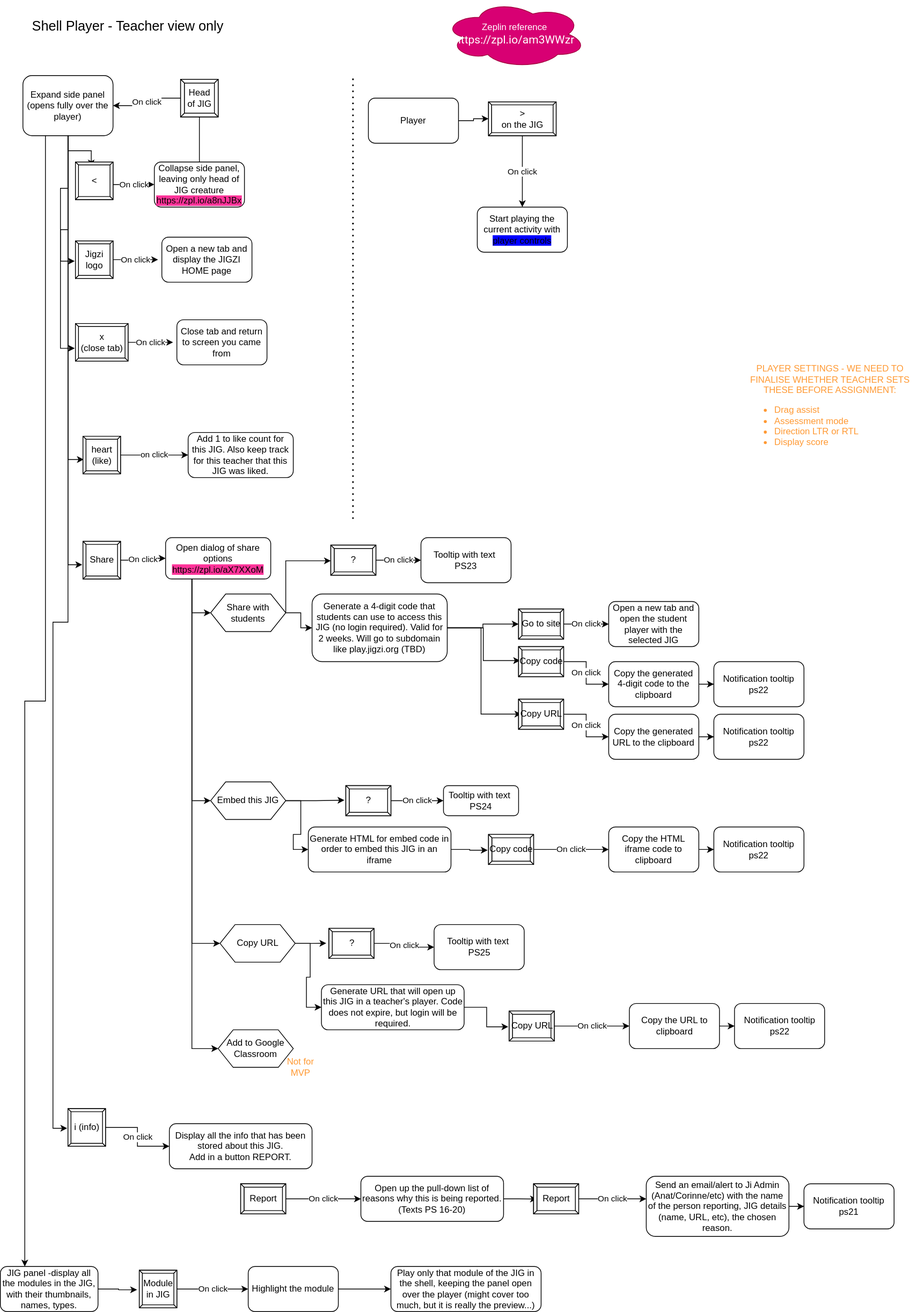
The draw.io diagram jig/shell_player.drawio.svg in ji-devs/ji-cloud-flowcharts, before a commit. Source tidied: cells renumbered, new cells last; positions are measured from the earlier drawing's top-left corner, leaving out a move shared by most shapes.
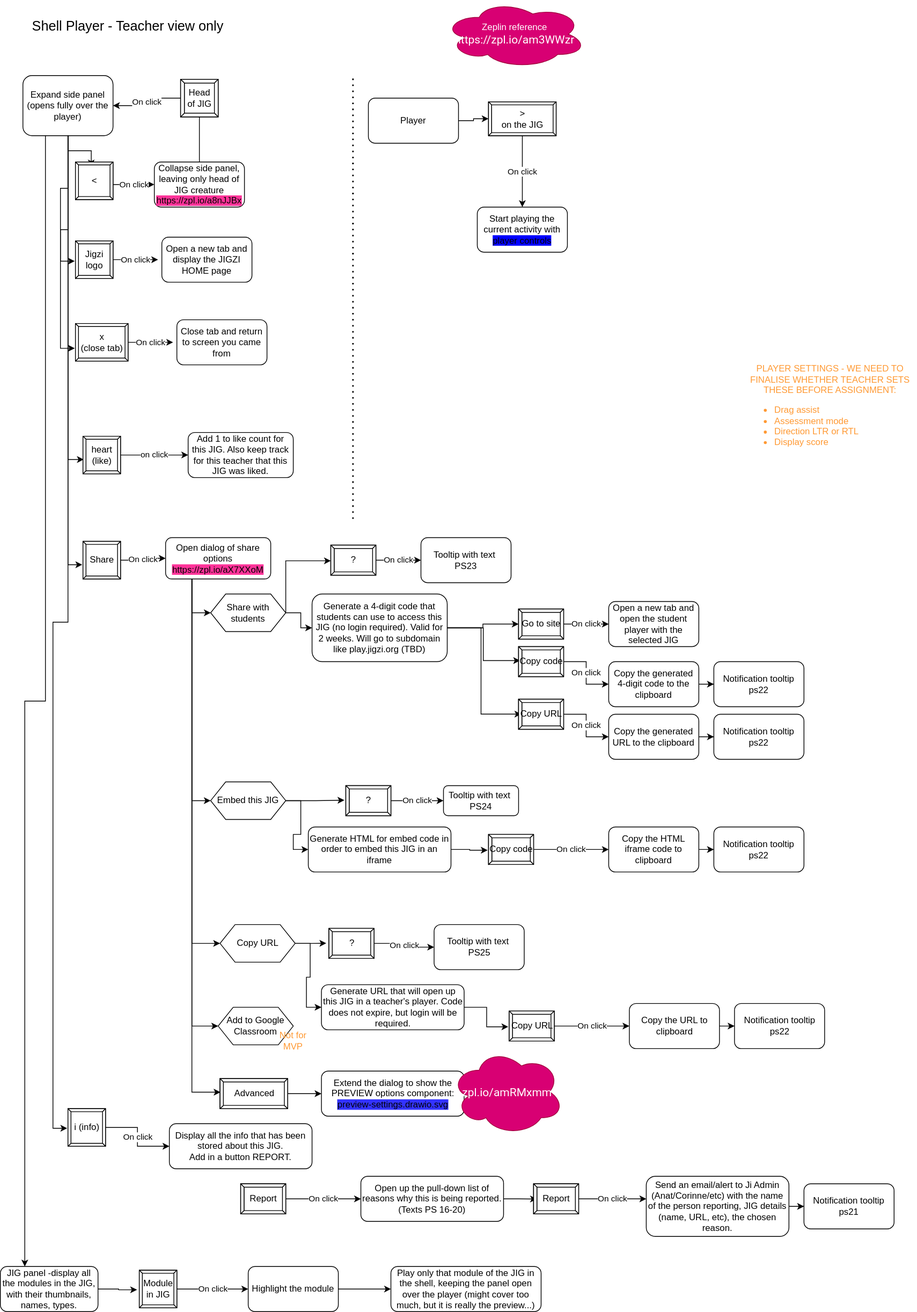
After the change.

Commit message:
Added in Jig and Preview settings amendment

Diff of the diagram source:
```diff
@@ -149,7 +149,7 @@
     <mxCell id="44" style="edgeStyle=orthogonalEdgeStyle;rounded=0;jettySize=auto;html=1;entryX=0;entryY=0.5;entryDx=0;entryDy=0;exitX=0.25;exitY=1;exitDx=0;exitDy=0;" parent="1" edge="1" source="45" target="52">
       <mxGeometry relative="1" as="geometry">
         <Array as="points">
-          <mxPoint x="255" y="1395" />
+          <mxPoint x="255" y="1365" />
         </Array>
       </mxGeometry>
     </mxCell>
@@ -178,12 +178,6 @@
     <mxCell id="51" value="Copy URL" style="shape=hexagon;perimeter=hexagonPerimeter2;whiteSpace=wrap;html=1;fixedSize=1;size=20;" parent="1" vertex="1">
       <mxGeometry x="292.5" y="1230" width="100" height="50" as="geometry" />
     </mxCell>
-    <mxCell id="52" value="Add to Google Classroom" style="shape=hexagon;perimeter=hexagonPerimeter2;whiteSpace=wrap;html=1;fixedSize=1;size=20;" parent="1" vertex="1">
-      <mxGeometry x="290" y="1370" width="100" height="50" as="geometry" />
-    </mxCell>
-    <mxCell id="53" value="&lt;font color=&quot;#ff9933&quot;&gt;Not for MVP&lt;/font&gt;" style="text;html=1;strokeColor=none;fillColor=none;align=center;verticalAlign=middle;whiteSpace=wrap;rounded=0;" parent="1" vertex="1">
-      <mxGeometry x="380" y="1410" width="40" height="20" as="geometry" />
-    </mxCell>
     <mxCell id="54" value="On click" style="edgeStyle=orthogonalEdgeStyle;rounded=0;jettySize=auto;html=1;" parent="1" edge="1" source="55" target="56">
       <mxGeometry relative="1" as="geometry" />
     </mxCell>
@@ -371,5 +365,33 @@
     <mxCell id="110" value="PLAYER SETTINGS - WE NEED TO FINALISE WHETHER TEACHER SETS THESE BEFORE ASSIGNMENT:&lt;br&gt;&lt;ul&gt;&lt;li style=&quot;text-align: left&quot;&gt;Drag assist&lt;/li&gt;&lt;li style=&quot;text-align: left&quot;&gt;Assessment mode&lt;/li&gt;&lt;li style=&quot;text-align: left&quot;&gt;Direction LTR or RTL&lt;/li&gt;&lt;li style=&quot;text-align: left&quot;&gt;Display score&lt;/li&gt;&lt;/ul&gt;" style="text;html=1;strokeColor=none;fillColor=none;align=center;verticalAlign=middle;whiteSpace=wrap;rounded=0;fontColor=#FF9933;perimeterSpacing=2;opacity=40;" parent="1" vertex="1">
       <mxGeometry x="990" y="470" width="230" height="150" as="geometry" />
     </mxCell>
+    <mxCell id="111" style="edgeStyle=orthogonalEdgeStyle;rounded=0;jettySize=auto;html=1;entryX=0;entryY=0.5;entryDx=0;entryDy=0;" parent="1" edge="1" source="112" target="115">
+      <mxGeometry relative="1" as="geometry" />
+    </mxCell>
+    <mxCell id="112" value="Advanced" style="labelPosition=center;verticalLabelPosition=middle;align=center;html=1;shape=mxgraph.basic.button;dx=4.4;" parent="1" vertex="1">
+      <mxGeometry x="292.5" y="1435" width="90" height="40" as="geometry" />
+    </mxCell>
+    <mxCell id="113" style="group;" parent="1" vertex="1">
+      <mxGeometry x="290" y="1340" width="120" height="55" as="geometry" />
+    </mxCell>
+    <mxCell id="52" value="Add to Google Classroom" style="shape=hexagon;perimeter=hexagonPerimeter2;whiteSpace=wrap;html=1;fixedSize=1;size=20;" parent="113" vertex="1">
+      <mxGeometry width="100" height="50" as="geometry" />
+    </mxCell>
+    <mxCell id="53" value="&lt;font color=&quot;#ff9933&quot;&gt;Not for MVP&lt;/font&gt;" style="text;html=1;strokeColor=none;fillColor=none;align=center;verticalAlign=middle;whiteSpace=wrap;rounded=0;" parent="113" vertex="1">
+      <mxGeometry x="80" y="35" width="40" height="20" as="geometry" />
+    </mxCell>
+    <mxCell id="114" style="edgeStyle=orthogonalEdgeStyle;rounded=0;jettySize=auto;html=1;entryX=0.006;entryY=0.45;entryDx=0;entryDy=0;exitX=0.25;exitY=1;exitDx=0;exitDy=0;entryPerimeter=0;" parent="1" edge="1" source="45" target="112">
+      <mxGeometry relative="1" as="geometry">
+        <Array as="points">
+          <mxPoint x="255" y="1453" />
+        </Array>
+      </mxGeometry>
+    </mxCell>
+    <mxCell id="115" value="Extend the dialog to show the PREVIEW options component:&lt;br&gt;&lt;span style=&quot;background-color: rgb(51 , 51 , 255)&quot;&gt;preview-settings.drawio.svg&lt;/span&gt;&lt;br&gt;" style="rounded=1;whiteSpace=wrap;html=1;" parent="1" vertex="1">
+      <mxGeometry x="427.5" y="1425" width="190" height="60" as="geometry" />
+    </mxCell>
+    <mxCell id="116" value="&lt;span style=&quot;font-family: &amp;#34;roboto&amp;#34; , &amp;#34;helvetica&amp;#34; , sans-serif ; font-size: 15px ; font-style: normal ; font-weight: 400 ; letter-spacing: normal ; text-indent: 0px ; text-transform: none ; word-spacing: 0px ; display: inline ; float: none&quot;&gt;zpl.io/amRMxmm&lt;/span&gt;" style="ellipse;shape=cloud;whiteSpace=wrap;html=1;fillColor=#d80073;strokeColor=#A50040;fontColor=#ffffff;" parent="1" vertex="1">
+      <mxGeometry x="600" y="1395" width="150" height="115" as="geometry" />
+    </mxCell>
   </root>
 </mxGraphModel>
```
